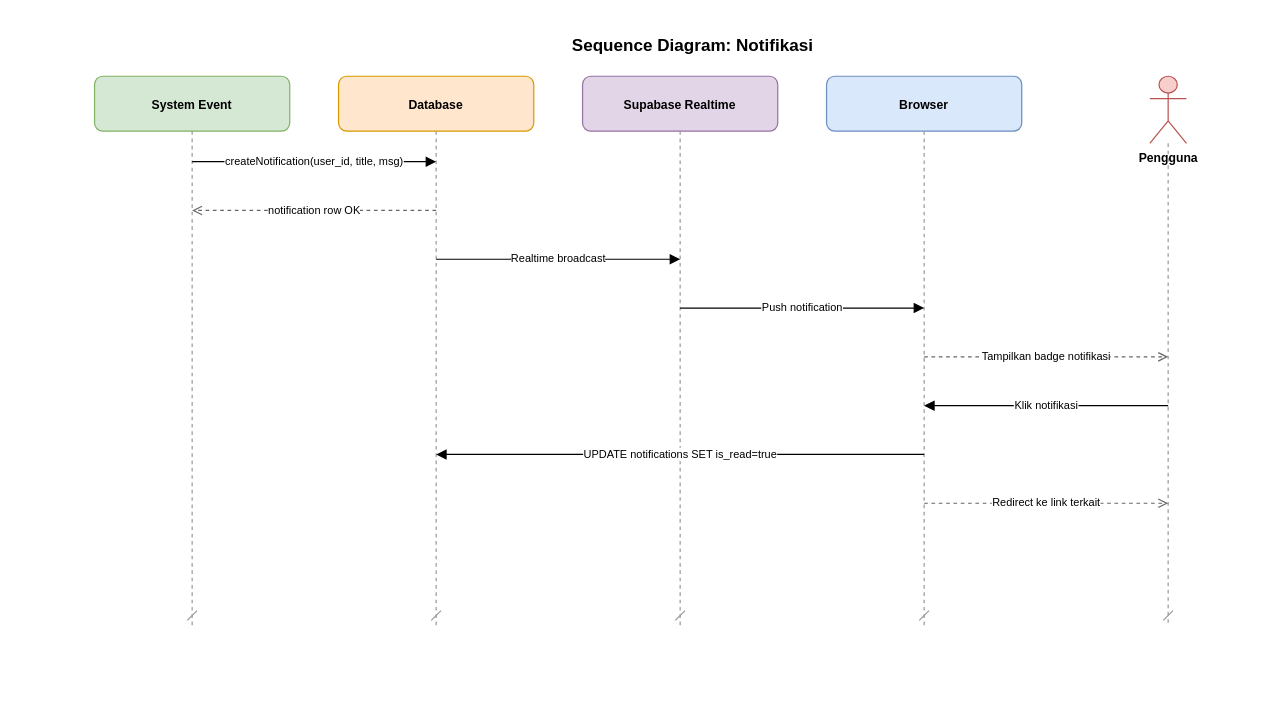
RyanGLoomy/terminal-iwkbu keeps this draw.io diagram as docs/diagrams/sequence/21-sq-notifikasi.drawio. Above is the earlier version. Source tidied: cells renumbered, new cells numbered last; positions are measured from the earlier drawing's top-left corner, leaving out a move shared by most shapes. Both pictures are drawn from the tidied source at 122%, with x=0, y=0 at pixel (94, 27).
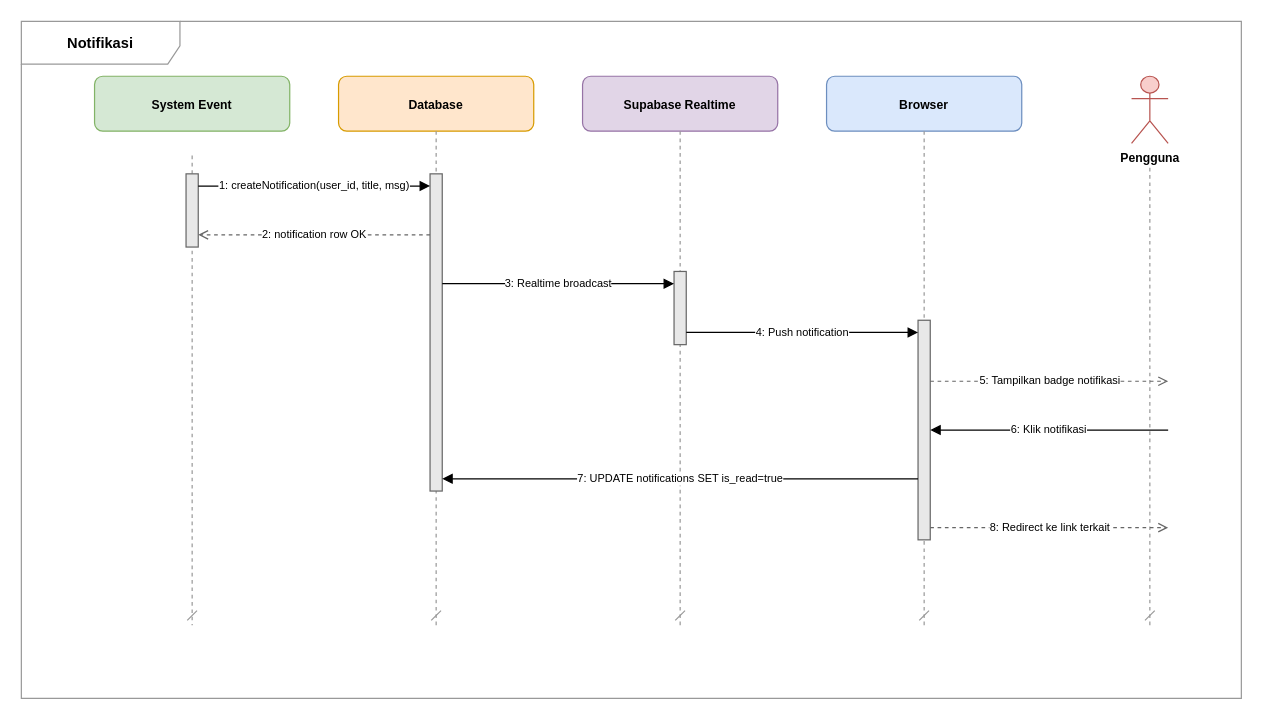
After the change.

Change to the diagram source:
```diff
@@
-    <mxCell id="2" value="Sequence Diagram: Notifikasi" style="text;html=1;align=center;verticalAlign=middle;fontSize=14;fontStyle=1;strokeColor=none;fillColor=none;" parent="1" vertex="1">
-      <mxGeometry x="20" width="940" height="30" as="geometry" />
-    </mxCell>
+    <mxCell id="21" value="Notifikasi" style="shape=umlFrame;whiteSpace=wrap;html=1;fillColor=none;strokeColor=#999999;fontSize=12;fontStyle=1;lightOpacity=50;tabWidth=130;tabHeight=22;width=130;height=35;" parent="1" vertex="1">
+      <mxGeometry x="-60" y="-5" width="1000" height="555" as="geometry" />
+    </mxCell>
@@
     <mxCell id="4" style="endArrow=dash;dashed=1;html=1;strokeWidth=1;strokeColor=#999999;" parent="1" edge="1">
       <mxGeometry relative="1" as="geometry">
-        <mxPoint x="80" y="85" as="sourcePoint" />
+        <mxPoint x="80" y="105" as="sourcePoint" />
         <mxPoint x="80" y="490" as="targetPoint" />
       </mxGeometry>
     </mxCell>
@@
     <mxCell id="11" value="Pengguna" style="shape=umlActor;verticalLabelPosition=bottom;verticalAlign=top;html=1;fillColor=#f8cecc;strokeColor=#b85450;fontStyle=1;fontSize=10;" parent="1" vertex="1">
-      <mxGeometry x="865" y="40" width="30" height="55" as="geometry" />
+      <mxGeometry x="850" y="40" width="30" height="55" as="geometry" />
     </mxCell>
     <mxCell id="12" style="endArrow=dash;dashed=1;html=1;strokeWidth=1;strokeColor=#999999;" parent="1" edge="1">
       <mxGeometry relative="1" as="geometry">
-        <mxPoint x="880" y="95" as="sourcePoint" />
-        <mxPoint x="880" y="490" as="targetPoint" />
+        <mxPoint x="865" y="115" as="sourcePoint" />
+        <mxPoint x="865" y="490" as="targetPoint" />
       </mxGeometry>
     </mxCell>
+    <mxCell id="22" style="rounded=0;whiteSpace=wrap;html=1;fillColor=#e8e8e8;strokeColor=#666666;strokeWidth=1;" parent="1" vertex="1">
+      <mxGeometry x="75" y="120" width="10" height="60" as="geometry" />
+    </mxCell>
+    <mxCell id="23" style="rounded=0;whiteSpace=wrap;html=1;fillColor=#e8e8e8;strokeColor=#666666;strokeWidth=1;" parent="1" vertex="1">
+      <mxGeometry x="275" y="120" width="10" height="260" as="geometry" />
+    </mxCell>
+    <mxCell id="24" style="rounded=0;whiteSpace=wrap;html=1;fillColor=#e8e8e8;strokeColor=#666666;strokeWidth=1;" parent="1" vertex="1">
+      <mxGeometry x="475" y="200" width="10" height="60" as="geometry" />
+    </mxCell>
+    <mxCell id="25" style="rounded=0;whiteSpace=wrap;html=1;fillColor=#e8e8e8;strokeColor=#666666;strokeWidth=1;" parent="1" vertex="1">
+      <mxGeometry x="675" y="240" width="10" height="180" as="geometry" />
+    </mxCell>
-    <mxCell id="13" value="createNotification(user_id, title, msg)" style="endArrow=block;endFill=1;html=1;fontSize=9;" parent="1" edge="1">
+    <mxCell id="13" value="1: createNotification(user_id, title, msg)" style="endArrow=block;endFill=1;html=1;fontSize=9;" parent="1" edge="1">
       <mxGeometry relative="1" as="geometry">
-        <mxPoint x="80" y="110" as="sourcePoint" />
-        <mxPoint x="280" y="110" as="targetPoint" />
+        <mxPoint x="85" y="130" as="sourcePoint" />
+        <mxPoint x="275" y="130" as="targetPoint" />
       </mxGeometry>
     </mxCell>
-    <mxCell id="14" value="notification row OK" style="endArrow=open;endFill=0;dashed=1;html=1;fontSize=9;strokeColor=#666666;" parent="1" edge="1">
+    <mxCell id="14" value="2: notification row OK" style="endArrow=open;endFill=0;dashed=1;html=1;fontSize=9;strokeColor=#666666;" parent="1" edge="1">
       <mxGeometry relative="1" as="geometry">
-        <mxPoint x="280" y="150" as="sourcePoint" />
-        <mxPoint x="80" y="150" as="targetPoint" />
+        <mxPoint x="275" y="170" as="sourcePoint" />
+        <mxPoint x="85" y="170" as="targetPoint" />
       </mxGeometry>
     </mxCell>
-    <mxCell id="15" value="Realtime broadcast" style="endArrow=block;endFill=1;html=1;fontSize=9;" parent="1" edge="1">
+    <mxCell id="15" value="3: Realtime broadcast" style="endArrow=block;endFill=1;html=1;fontSize=9;" parent="1" edge="1">
       <mxGeometry relative="1" as="geometry">
-        <mxPoint x="280" y="190" as="sourcePoint" />
-        <mxPoint x="480" y="190" as="targetPoint" />
+        <mxPoint x="285" y="210" as="sourcePoint" />
+        <mxPoint x="475" y="210" as="targetPoint" />
       </mxGeometry>
     </mxCell>
-    <mxCell id="16" value="Push notification" style="endArrow=block;endFill=1;html=1;fontSize=9;" parent="1" edge="1">
+    <mxCell id="16" value="4: Push notification" style="endArrow=block;endFill=1;html=1;fontSize=9;" parent="1" edge="1">
       <mxGeometry relative="1" as="geometry">
-        <mxPoint x="480" y="230" as="sourcePoint" />
-        <mxPoint x="680" y="230" as="targetPoint" />
+        <mxPoint x="485" y="250" as="sourcePoint" />
+        <mxPoint x="675" y="250" as="targetPoint" />
       </mxGeometry>
     </mxCell>
-    <mxCell id="17" value="Tampilkan badge notifikasi" style="endArrow=open;endFill=0;dashed=1;html=1;fontSize=9;strokeColor=#666666;" parent="1" edge="1">
+    <mxCell id="17" value="5: Tampilkan badge notifikasi" style="endArrow=open;endFill=0;dashed=1;html=1;fontSize=9;strokeColor=#666666;" parent="1" edge="1">
       <mxGeometry relative="1" as="geometry">
-        <mxPoint x="680" y="270" as="sourcePoint" />
-        <mxPoint x="880" y="270" as="targetPoint" />
+        <mxPoint x="685" y="290" as="sourcePoint" />
+        <mxPoint x="880" y="290" as="targetPoint" />
       </mxGeometry>
     </mxCell>
-    <mxCell id="18" value="Klik notifikasi" style="endArrow=block;endFill=1;html=1;fontSize=9;" parent="1" edge="1">
+    <mxCell id="18" value="6: Klik notifikasi" style="endArrow=block;endFill=1;html=1;fontSize=9;" parent="1" edge="1">
       <mxGeometry relative="1" as="geometry">
-        <mxPoint x="880" y="310" as="sourcePoint" />
-        <mxPoint x="680" y="310" as="targetPoint" />
+        <mxPoint x="880" y="330" as="sourcePoint" />
+        <mxPoint x="685" y="330" as="targetPoint" />
       </mxGeometry>
     </mxCell>
-    <mxCell id="19" value="UPDATE notifications SET is_read=true" style="endArrow=block;endFill=1;html=1;fontSize=9;" parent="1" edge="1">
+    <mxCell id="19" value="7: UPDATE notifications SET is_read=true" style="endArrow=block;endFill=1;html=1;fontSize=9;" parent="1" edge="1">
       <mxGeometry relative="1" as="geometry">
-        <mxPoint x="680" y="350" as="sourcePoint" />
-        <mxPoint x="280" y="350" as="targetPoint" />
+        <mxPoint x="675" y="370" as="sourcePoint" />
+        <mxPoint x="285" y="370" as="targetPoint" />
       </mxGeometry>
     </mxCell>
-    <mxCell id="20" value="Redirect ke link terkait" style="endArrow=open;endFill=0;dashed=1;html=1;fontSize=9;strokeColor=#666666;" parent="1" edge="1">
+    <mxCell id="20" value="8: Redirect ke link terkait" style="endArrow=open;endFill=0;dashed=1;html=1;fontSize=9;strokeColor=#666666;" parent="1" edge="1">
       <mxGeometry relative="1" as="geometry">
-        <mxPoint x="680" y="390" as="sourcePoint" />
-        <mxPoint x="880" y="390" as="targetPoint" />
+        <mxPoint x="685" y="410" as="sourcePoint" />
+        <mxPoint x="880" y="410" as="targetPoint" />
       </mxGeometry>
     </mxCell>
```
